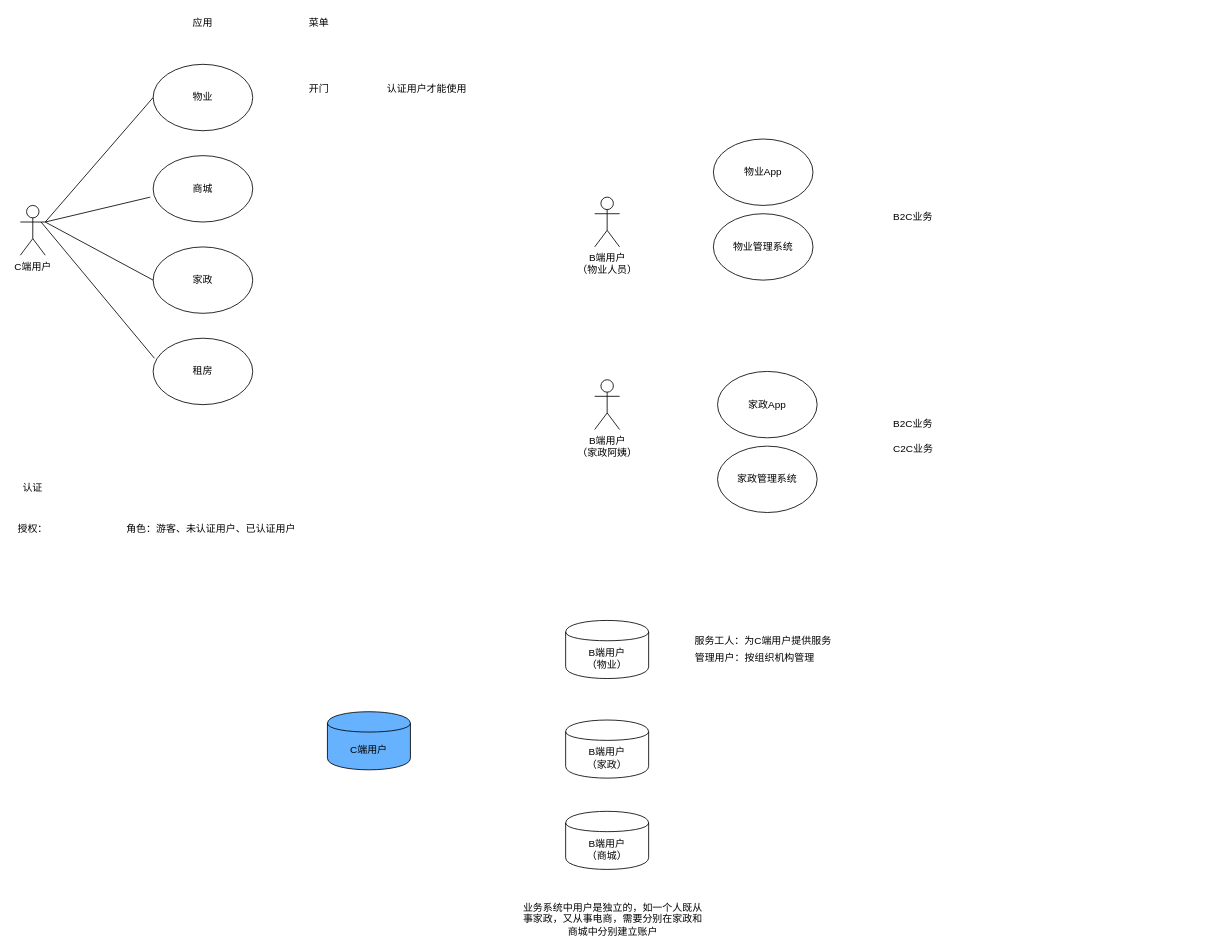
Before: page "Page-8" (8 of 8) of Untitled Diagram.drawio in jeffmacn/myjava, a draw.io diagram. Source tidied: cells renumbered, new cells numbered last; positions are measured from the earlier drawing's top-left corner, leaving out a move shared by most shapes. Both pictures are drawn from the tidied source at 83%, with x=0, y=0 at pixel (16, 14).
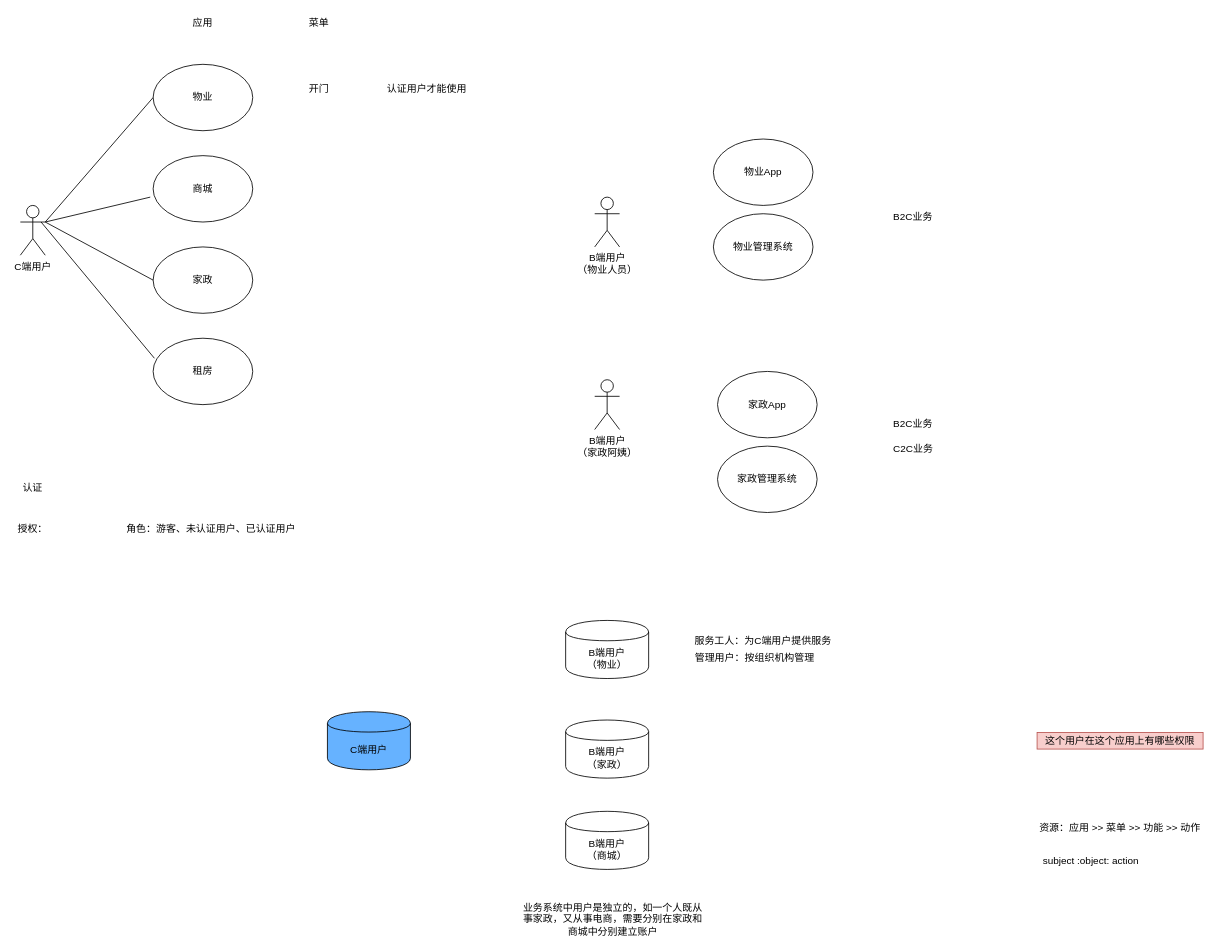
The same diagram, later.

Diff of the diagram source:
```diff
@@
+    <mxCell id="34" value="资源：应用 &amp;gt;&amp;gt; 菜单 &amp;gt;&amp;gt; 功能 &amp;gt;&amp;gt; 动作" style="text;html=1;strokeColor=none;fillColor=none;align=center;verticalAlign=middle;whiteSpace=wrap;rounded=0;" parent="1" vertex="1">
+      <mxGeometry x="1215" y="970" width="230" height="20" as="geometry" />
+    </mxCell>
+    <mxCell id="35" value="subject :object: action" style="text;html=1;strokeColor=none;fillColor=none;align=center;verticalAlign=middle;whiteSpace=wrap;rounded=0;" parent="1" vertex="1">
+      <mxGeometry x="1225" y="1010" width="140" height="20" as="geometry" />
+    </mxCell>
+    <mxCell id="36" value="这个用户在这个应用上有哪些权限" style="text;html=1;strokeColor=#b85450;fillColor=#f8cecc;align=center;verticalAlign=middle;whiteSpace=wrap;rounded=0;" parent="1" vertex="1">
+      <mxGeometry x="1230" y="865" width="200" height="20" as="geometry" />
+    </mxCell>
```
